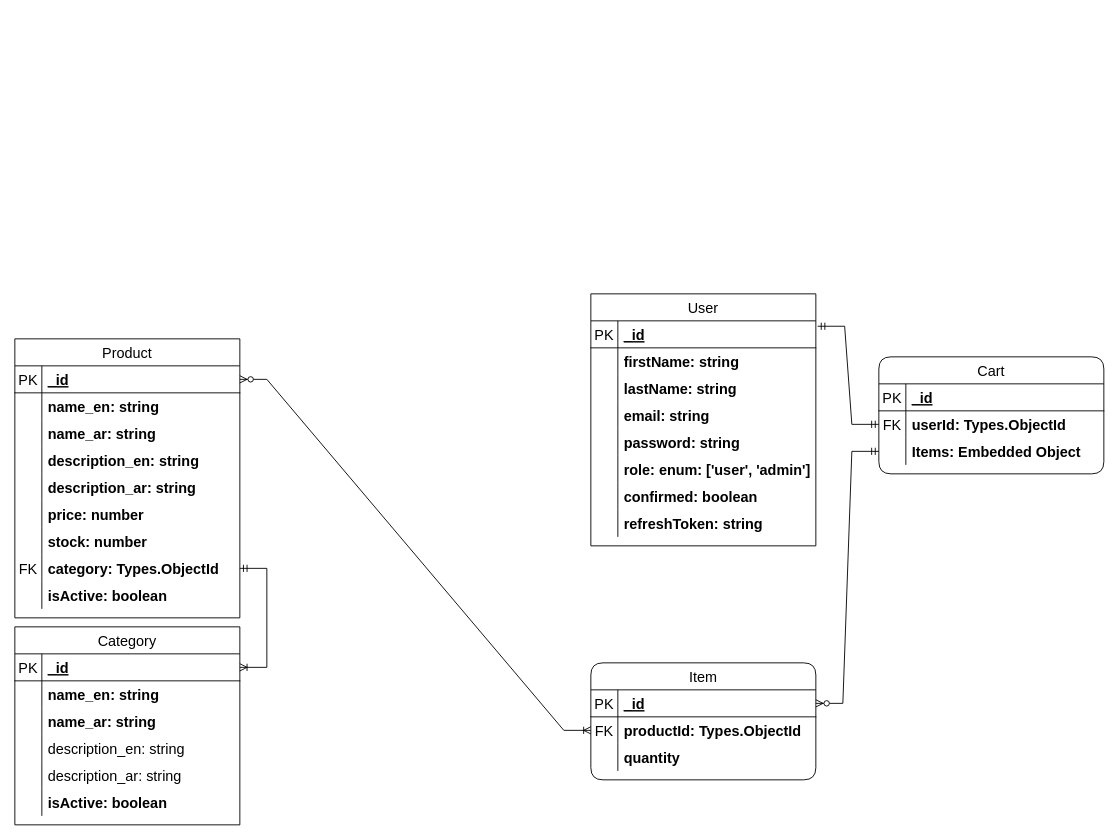
Above: docs/ecommerce-erd.drawio in re00zq/Node.js-E-commerce (draw.io), before the change. Source tidied: cells renumbered, new cells numbered last; positions are measured from the earlier drawing's top-left corner, leaving out a move shared by most shapes. Both pictures are drawn from the tidied source at 90%, with x=0, y=0 at pixel (14, 293).
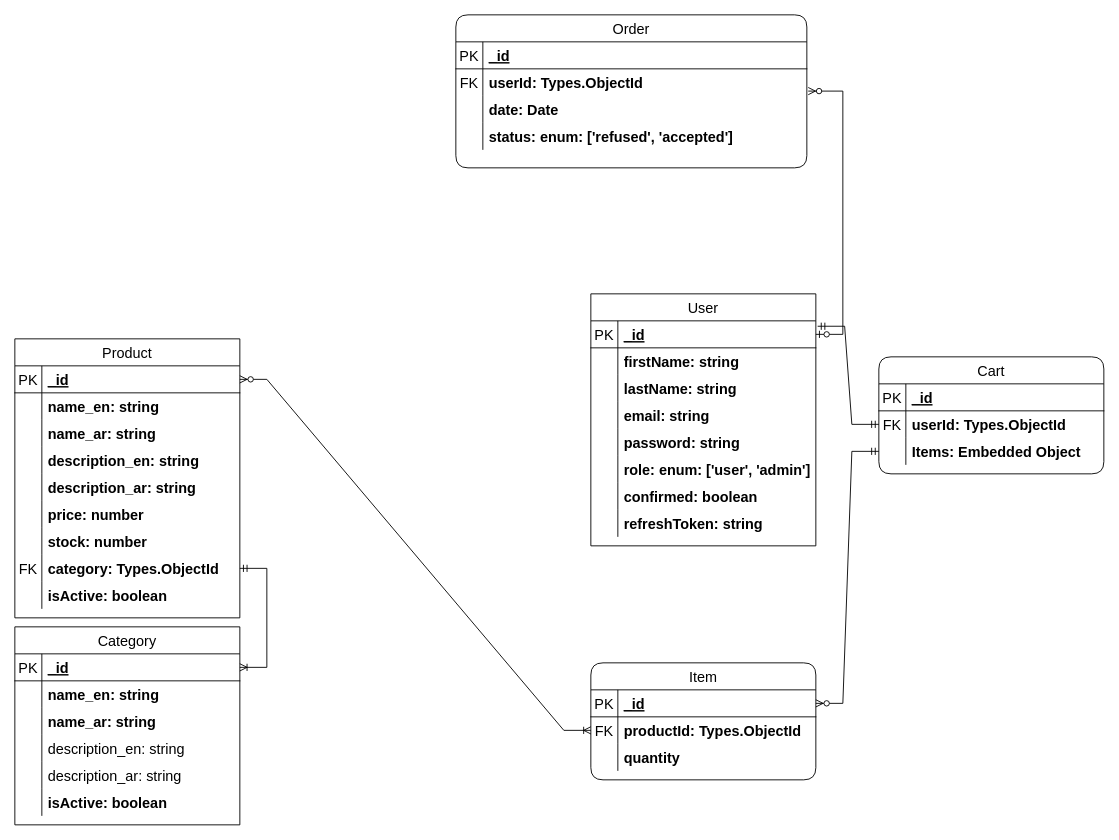
Above is the later version.

Unchanged cells that the change refers to:
```xml
<mxCell id="51" style="shape=partialRectangle;fillColor=none;points=[[0,0.5],[1,0.5]];portConstraint=eastwest;top=0;left=0;right=0;bottom=1;spacing=1;fontSize=16;" parent="50" vertex="1">
  <mxGeometry y="30" width="250" height="30" as="geometry" />
</mxCell>
```

Change to the diagram source:
```diff
@@
+    <mxCell id="98" value="Order" style="shape=table;startSize=30;childLayout=tableLayout;rowLines=0;align=center;spacing=1;fontSize=16;rounded=1;" parent="1" vertex="1">
+      <mxGeometry x="490" y="-310" width="390" height="170" as="geometry" />
+    </mxCell>
+    <mxCell id="99" style="shape=partialRectangle;fillColor=none;top=0;left=0;right=0;bottom=1;spacing=1;fontSize=16;" parent="98" vertex="1">
+      <mxGeometry y="30" width="390" height="30" as="geometry" />
+    </mxCell>
+    <mxCell id="100" value="PK" style="shape=partialRectangle;overflow=hidden;fillColor=none;top=0;left=0;bottom=0;right=0;spacing=1;fontSize=16;" parent="99" vertex="1">
+      <mxGeometry width="30" height="30" as="geometry" />
+    </mxCell>
+    <mxCell id="101" value="_id" style="shape=partialRectangle;overflow=hidden;fillColor=none;top=0;left=0;bottom=0;right=0;align=left;spacingLeft=6;spacing=1;fontSize=16;fontStyle=5;" parent="99" vertex="1">
+      <mxGeometry x="30" width="360" height="30" as="geometry" />
+    </mxCell>
+    <mxCell id="102" style="shape=partialRectangle;fillColor=none;points=[[0,0.5],[1,0.5]];portConstraint=eastwest;top=0;left=0;right=0;bottom=0;spacing=1;fontSize=16;" parent="98" vertex="1">
+      <mxGeometry y="60" width="390" height="30" as="geometry" />
+    </mxCell>
+    <mxCell id="103" value="FK" style="shape=partialRectangle;overflow=hidden;fillColor=none;top=0;left=0;bottom=0;right=0;spacing=1;fontSize=16;" parent="102" vertex="1">
+      <mxGeometry width="30" height="30" as="geometry" />
+    </mxCell>
+    <mxCell id="104" value="userId: Types.ObjectId" style="shape=partialRectangle;overflow=hidden;fillColor=none;top=0;left=0;bottom=0;right=0;align=left;spacingLeft=6;spacing=1;fontSize=16;fontStyle=1;" parent="102" vertex="1">
+      <mxGeometry x="30" width="360" height="30" as="geometry" />
+    </mxCell>
+    <mxCell id="105" style="shape=partialRectangle;fillColor=none;top=0;left=0;right=0;bottom=0;spacing=1;fontSize=16;" parent="98" vertex="1">
+      <mxGeometry y="90" width="390" height="30" as="geometry" />
+    </mxCell>
+    <mxCell id="106" style="shape=partialRectangle;overflow=hidden;fillColor=none;top=0;left=0;bottom=0;right=0;spacing=1;fontSize=16;" parent="105" vertex="1">
+      <mxGeometry width="30" height="30" as="geometry" />
+    </mxCell>
+    <mxCell id="107" value="date: Date" style="shape=partialRectangle;overflow=hidden;fillColor=none;top=0;left=0;bottom=0;right=0;align=left;spacingLeft=6;spacing=1;fontSize=16;fontStyle=1;" parent="105" vertex="1">
+      <mxGeometry x="30" width="360" height="30" as="geometry" />
+    </mxCell>
+    <mxCell id="108" style="shape=partialRectangle;fillColor=none;top=0;left=0;right=0;bottom=0;spacing=1;fontSize=16;" parent="98" vertex="1">
+      <mxGeometry y="120" width="390" height="30" as="geometry" />
+    </mxCell>
+    <mxCell id="109" style="shape=partialRectangle;overflow=hidden;fillColor=none;top=0;left=0;bottom=0;right=0;spacing=1;fontSize=16;" parent="108" vertex="1">
+      <mxGeometry width="30" height="30" as="geometry" />
+    </mxCell>
+    <mxCell id="110" value="status: enum: ['refused', 'accepted']" style="shape=partialRectangle;overflow=hidden;fillColor=none;top=0;left=0;bottom=0;right=0;align=left;spacingLeft=6;spacing=1;fontSize=16;fontStyle=1;" parent="108" vertex="1">
+      <mxGeometry x="30" width="360" height="30" as="geometry" />
+    </mxCell>
+    <mxCell id="111" style="edgeStyle=entityRelationEdgeStyle;fontSize=12;html=1;endArrow=ERzeroToMany;startArrow=ERzeroToOne;rounded=0;entryX=1.004;entryY=0.824;entryDx=0;entryDy=0;entryPerimeter=0;" parent="1" edge="1" source="51" target="102">
+      <mxGeometry relative="1" as="geometry" />
+    </mxCell>
```
